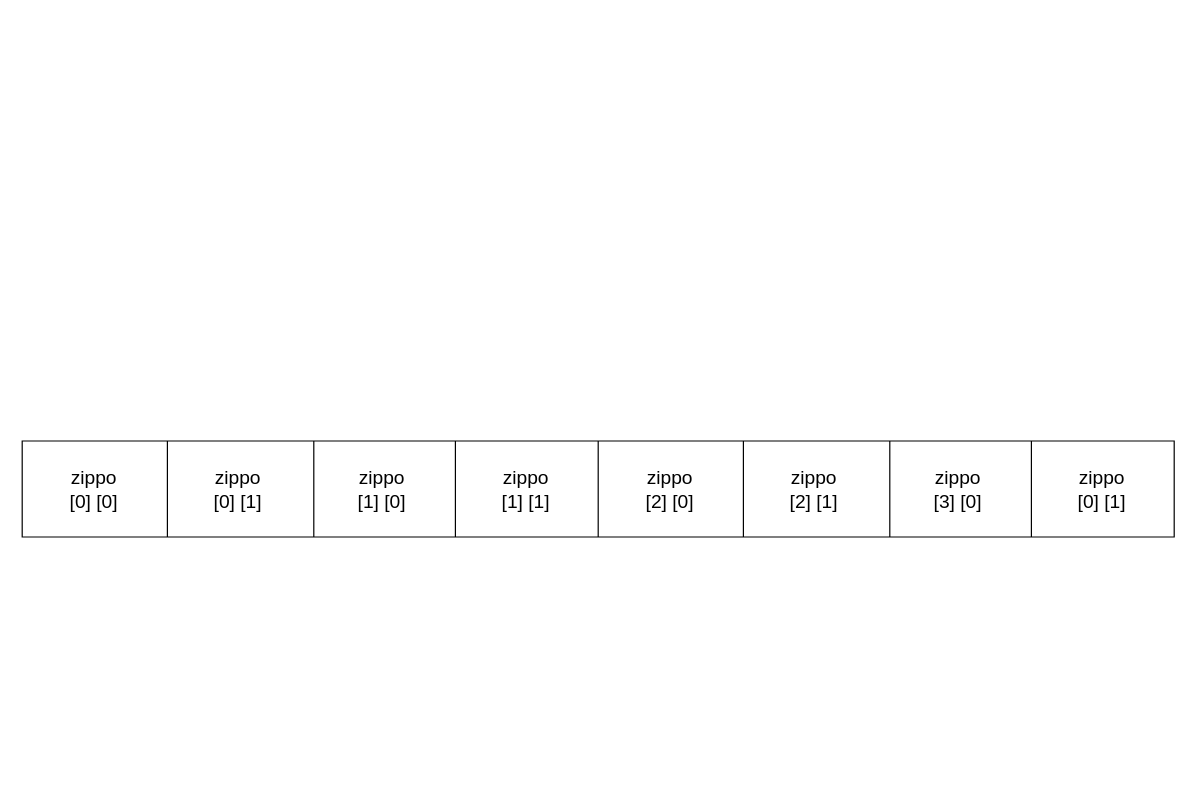
Earlier version of the draw.io diagram C&C++/数组的数组.drawio (Pineapple666/Draw). Source tidied: cells renumbered, new cells numbered last; positions are measured from the earlier drawing's top-left corner, leaving out a move shared by most shapes. Both pictures are drawn from the tidied source at 120%, with x=0, y=0 at pixel (22, 440).
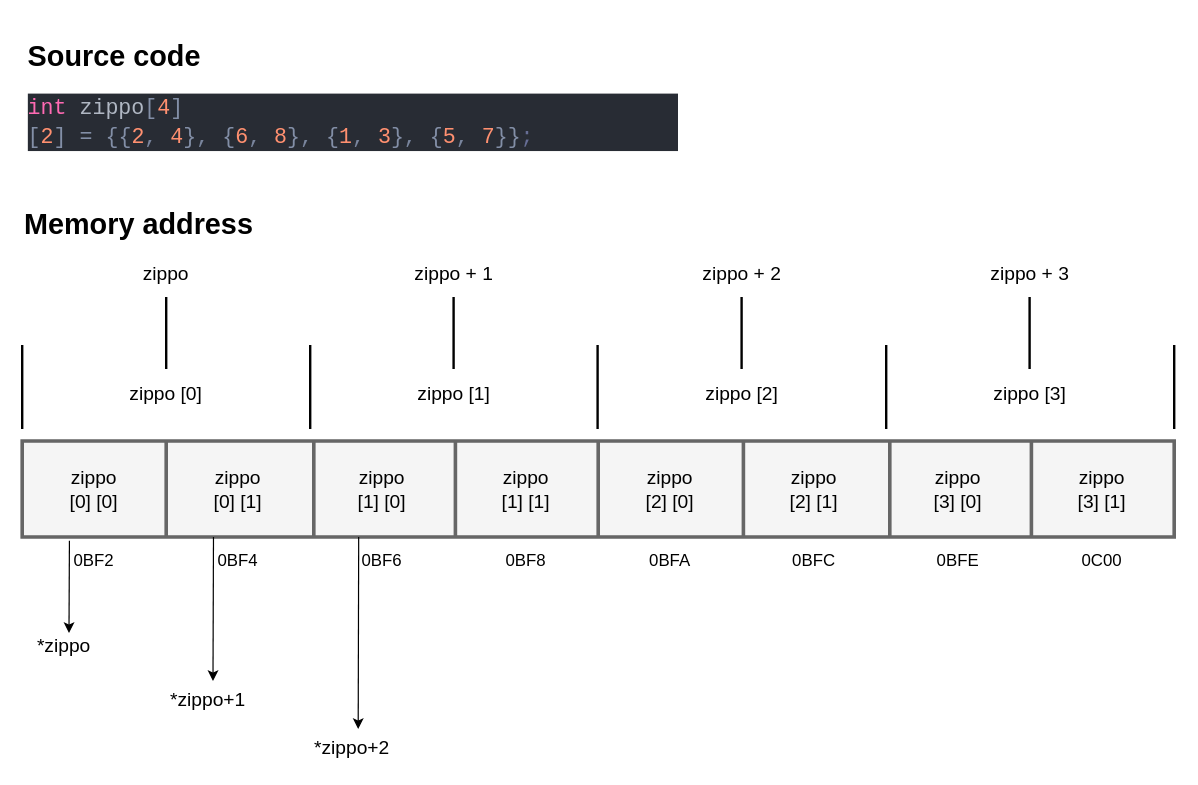
After the change.

Commit message (it also covers changes not shown here):
更新数组的数组.drawio

Unchanged cells that the change refers to:
```xml
<mxCell id="3" style="shape=partialRectangle;html=1;whiteSpace=wrap;fillColor=none;top=0;left=0;bottom=0;right=0;points=[[0,0.5],[1,0.5]];portConstraint=eastwest;" parent="2" vertex="1">
  <mxGeometry width="960" height="80" as="geometry" />
</mxCell>
```

The edit, as a diff of the source:
```diff
@@
-    <mxCell id="2" style="shape=table;html=1;whiteSpace=wrap;startSize=0;childLayout=tableLayout;" parent="1" vertex="1">
+    <mxCell id="2" style="shape=table;html=1;whiteSpace=wrap;startSize=0;childLayout=tableLayout;strokeWidth=3;fillColor=#f5f5f5;strokeColor=#666666;fontColor=#333333;" parent="1" vertex="1">
       <mxGeometry width="960" height="80" as="geometry" />
     </mxCell>
@@
     <mxCell id="4" style="shape=partialRectangle;html=1;whiteSpace=wrap;overflow=hidden;fillColor=none;top=0;left=0;bottom=0;right=0;" parent="3" vertex="1">
-      <mxGeometry width="121" height="80" as="geometry" />
+      <mxGeometry width="120" height="80" as="geometry" />
     </mxCell>
     <mxCell id="5" style="shape=partialRectangle;html=1;whiteSpace=wrap;overflow=hidden;fillColor=none;top=0;left=0;bottom=0;right=0;" parent="3" vertex="1">
-      <mxGeometry x="121" width="122" height="80" as="geometry" />
+      <mxGeometry x="120" width="123" height="80" as="geometry" />
     </mxCell>
@@
-    <mxCell id="17" value="&lt;font style=&quot;font-size: 16px&quot;&gt;zippo&lt;br&gt;[0] [1]&lt;/font&gt;" style="text;html=1;strokeColor=none;fillColor=none;align=center;verticalAlign=middle;whiteSpace=wrap;rounded=0;" parent="1" vertex="1">
+    <mxCell id="17" value="&lt;font style=&quot;font-size: 16px&quot;&gt;zippo&lt;br&gt;[3] [1]&lt;/font&gt;" style="text;html=1;strokeColor=none;fillColor=none;align=center;verticalAlign=middle;whiteSpace=wrap;rounded=0;" parent="1" vertex="1">
       <mxGeometry x="860" y="20" width="80" height="40" as="geometry" />
     </mxCell>
@@
+    <mxCell id="20" value="&lt;font style=&quot;font-size: 16px&quot;&gt;*zippo&lt;/font&gt;" style="text;html=1;strokeColor=none;fillColor=none;align=center;verticalAlign=middle;whiteSpace=wrap;rounded=0;" parent="1" vertex="1">
+      <mxGeometry x="10" y="160" width="50" height="20" as="geometry" />
+    </mxCell>
+    <mxCell id="21" style="endArrow=classic;html=1;exitX=0.041;exitY=1.038;exitDx=0;exitDy=0;exitPerimeter=0;" parent="1" edge="1" source="3">
+      <mxGeometry relative="1" as="geometry">
+        <mxPoint x="39" y="160" as="targetPoint" />
+      </mxGeometry>
+    </mxCell>
+    <mxCell id="22" value="&lt;font style=&quot;font-size: 14px&quot;&gt;0BF2&lt;/font&gt;" style="text;html=1;strokeColor=none;fillColor=none;align=center;verticalAlign=middle;whiteSpace=wrap;rounded=0;" parent="1" vertex="1">
+      <mxGeometry x="40" y="90" width="40" height="20" as="geometry" />
+    </mxCell>
+    <mxCell id="23" value="&lt;font style=&quot;font-size: 14px&quot;&gt;0BF4&lt;/font&gt;" style="text;html=1;strokeColor=none;fillColor=none;align=center;verticalAlign=middle;whiteSpace=wrap;rounded=0;" parent="1" vertex="1">
+      <mxGeometry x="160" y="90" width="40" height="20" as="geometry" />
+    </mxCell>
+    <mxCell id="24" value="&lt;font style=&quot;font-size: 14px&quot;&gt;0BF6&lt;/font&gt;" style="text;html=1;strokeColor=none;fillColor=none;align=center;verticalAlign=middle;whiteSpace=wrap;rounded=0;" parent="1" vertex="1">
+      <mxGeometry x="280" y="90" width="40" height="20" as="geometry" />
+    </mxCell>
+    <mxCell id="25" value="&lt;font style=&quot;font-size: 14px&quot;&gt;0BF8&lt;/font&gt;" style="text;html=1;strokeColor=none;fillColor=none;align=center;verticalAlign=middle;whiteSpace=wrap;rounded=0;" parent="1" vertex="1">
+      <mxGeometry x="400" y="90" width="40" height="20" as="geometry" />
+    </mxCell>
+    <mxCell id="26" value="&lt;font style=&quot;font-size: 14px&quot;&gt;0BFA&lt;/font&gt;" style="text;html=1;strokeColor=none;fillColor=none;align=center;verticalAlign=middle;whiteSpace=wrap;rounded=0;" parent="1" vertex="1">
+      <mxGeometry x="520" y="90" width="40" height="20" as="geometry" />
+    </mxCell>
+    <mxCell id="27" value="&lt;font style=&quot;font-size: 14px&quot;&gt;0BFC&lt;/font&gt;" style="text;html=1;strokeColor=none;fillColor=none;align=center;verticalAlign=middle;whiteSpace=wrap;rounded=0;" parent="1" vertex="1">
+      <mxGeometry x="640" y="90" width="40" height="20" as="geometry" />
+    </mxCell>
+    <mxCell id="28" value="&lt;font style=&quot;font-size: 14px&quot;&gt;0BFE&lt;/font&gt;" style="text;html=1;strokeColor=none;fillColor=none;align=center;verticalAlign=middle;whiteSpace=wrap;rounded=0;" parent="1" vertex="1">
+      <mxGeometry x="760" y="90" width="40" height="20" as="geometry" />
+    </mxCell>
+    <mxCell id="29" value="&lt;font style=&quot;font-size: 14px&quot;&gt;0C00&lt;/font&gt;" style="text;html=1;strokeColor=none;fillColor=none;align=center;verticalAlign=middle;whiteSpace=wrap;rounded=0;" parent="1" vertex="1">
+      <mxGeometry x="880" y="90" width="40" height="20" as="geometry" />
+    </mxCell>
+    <mxCell id="30" style="endArrow=classic;html=1;exitX=0.041;exitY=1.038;exitDx=0;exitDy=0;exitPerimeter=0;" parent="1" edge="1">
+      <mxGeometry relative="1" as="geometry">
+        <mxPoint x="159.4" y="80" as="sourcePoint" />
+        <mxPoint x="159" y="200" as="targetPoint" />
+      </mxGeometry>
+    </mxCell>
+    <mxCell id="31" value="&lt;font style=&quot;font-size: 16px&quot;&gt;*zippo+1&lt;/font&gt;" style="text;html=1;strokeColor=none;fillColor=none;align=center;verticalAlign=middle;whiteSpace=wrap;rounded=0;" parent="1" vertex="1">
+      <mxGeometry x="120" y="200" width="70" height="30" as="geometry" />
+    </mxCell>
+    <mxCell id="32" style="endArrow=classic;html=1;exitX=0.041;exitY=1.038;exitDx=0;exitDy=0;exitPerimeter=0;" parent="1" edge="1">
+      <mxGeometry relative="1" as="geometry">
+        <mxPoint x="280.4" y="80" as="sourcePoint" />
+        <mxPoint x="280" y="240" as="targetPoint" />
+      </mxGeometry>
+    </mxCell>
+    <mxCell id="33" value="&lt;font style=&quot;font-size: 16px&quot;&gt;*zippo+2&lt;/font&gt;" style="text;html=1;strokeColor=none;fillColor=none;align=center;verticalAlign=middle;whiteSpace=wrap;rounded=0;" parent="1" vertex="1">
+      <mxGeometry x="240" y="240" width="70" height="30" as="geometry" />
+    </mxCell>
+    <mxCell id="34" style="endArrow=none;html=1;strokeWidth=2;" parent="1" edge="1">
+      <mxGeometry relative="1" as="geometry">
+        <mxPoint y="-10" as="sourcePoint" />
+        <mxPoint y="-80" as="targetPoint" />
+      </mxGeometry>
+    </mxCell>
+    <mxCell id="35" style="endArrow=none;html=1;strokeWidth=2;" parent="1" edge="1">
+      <mxGeometry relative="1" as="geometry">
+        <mxPoint x="479.5" y="-10" as="sourcePoint" />
+        <mxPoint x="479.5" y="-80" as="targetPoint" />
+      </mxGeometry>
+    </mxCell>
+    <mxCell id="36" style="endArrow=none;html=1;strokeWidth=2;" parent="1" edge="1">
+      <mxGeometry relative="1" as="geometry">
+        <mxPoint x="240" y="-10" as="sourcePoint" />
+        <mxPoint x="240" y="-80" as="targetPoint" />
+      </mxGeometry>
+    </mxCell>
+    <mxCell id="37" style="endArrow=none;html=1;strokeWidth=2;" parent="1" edge="1">
+      <mxGeometry relative="1" as="geometry">
+        <mxPoint x="720" y="-10" as="sourcePoint" />
+        <mxPoint x="720" y="-80" as="targetPoint" />
+      </mxGeometry>
+    </mxCell>
+    <mxCell id="38" style="endArrow=none;html=1;strokeWidth=2;" parent="1" edge="1">
+      <mxGeometry relative="1" as="geometry">
+        <mxPoint x="960" y="-10" as="sourcePoint" />
+        <mxPoint x="960" y="-80" as="targetPoint" />
+      </mxGeometry>
+    </mxCell>
+    <mxCell id="39" value="&lt;font style=&quot;font-size: 16px&quot;&gt;zippo [0]&lt;/font&gt;" style="text;html=1;strokeColor=none;fillColor=none;align=center;verticalAlign=middle;whiteSpace=wrap;rounded=0;" parent="1" vertex="1">
+      <mxGeometry x="80" y="-60" width="80" height="40" as="geometry" />
+    </mxCell>
+    <mxCell id="40" value="&lt;font style=&quot;font-size: 16px&quot;&gt;zippo [3]&lt;/font&gt;" style="text;html=1;strokeColor=none;fillColor=none;align=center;verticalAlign=middle;whiteSpace=wrap;rounded=0;" parent="1" vertex="1">
+      <mxGeometry x="800" y="-60" width="80" height="40" as="geometry" />
+    </mxCell>
+    <mxCell id="41" value="&lt;font style=&quot;font-size: 16px&quot;&gt;zippo [2]&lt;/font&gt;" style="text;html=1;strokeColor=none;fillColor=none;align=center;verticalAlign=middle;whiteSpace=wrap;rounded=0;" parent="1" vertex="1">
+      <mxGeometry x="560" y="-60" width="80" height="40" as="geometry" />
+    </mxCell>
+    <mxCell id="42" value="&lt;font style=&quot;font-size: 16px&quot;&gt;zippo [1]&lt;/font&gt;" style="text;html=1;strokeColor=none;fillColor=none;align=center;verticalAlign=middle;whiteSpace=wrap;rounded=0;" parent="1" vertex="1">
+      <mxGeometry x="320" y="-60" width="80" height="40" as="geometry" />
+    </mxCell>
+    <mxCell id="43" style="endArrow=none;html=1;strokeWidth=2;" parent="1" edge="1">
+      <mxGeometry relative="1" as="geometry">
+        <mxPoint x="120" y="-60" as="sourcePoint" />
+        <mxPoint x="120" y="-120" as="targetPoint" />
+      </mxGeometry>
+    </mxCell>
+    <mxCell id="44" style="endArrow=none;html=1;strokeWidth=2;" parent="1" edge="1">
+      <mxGeometry relative="1" as="geometry">
+        <mxPoint x="839.5" y="-60" as="sourcePoint" />
+        <mxPoint x="839.5" y="-120" as="targetPoint" />
+      </mxGeometry>
+    </mxCell>
+    <mxCell id="45" style="endArrow=none;html=1;strokeWidth=2;" parent="1" edge="1">
+      <mxGeometry relative="1" as="geometry">
+        <mxPoint x="599.5" y="-60" as="sourcePoint" />
+        <mxPoint x="599.5" y="-120" as="targetPoint" />
+      </mxGeometry>
+    </mxCell>
+    <mxCell id="46" style="endArrow=none;html=1;strokeWidth=2;" parent="1" edge="1">
+      <mxGeometry relative="1" as="geometry">
+        <mxPoint x="359.5" y="-60" as="sourcePoint" />
+        <mxPoint x="359.5" y="-120" as="targetPoint" />
+      </mxGeometry>
+    </mxCell>
+    <mxCell id="47" value="&lt;font style=&quot;font-size: 16px&quot;&gt;zippo&lt;/font&gt;" style="text;html=1;strokeColor=none;fillColor=none;align=center;verticalAlign=middle;whiteSpace=wrap;rounded=0;" parent="1" vertex="1">
+      <mxGeometry x="80" y="-160" width="80" height="40" as="geometry" />
+    </mxCell>
+    <mxCell id="48" value="&lt;font style=&quot;font-size: 16px&quot;&gt;zippo + 1&lt;/font&gt;" style="text;html=1;strokeColor=none;fillColor=none;align=center;verticalAlign=middle;whiteSpace=wrap;rounded=0;" parent="1" vertex="1">
+      <mxGeometry x="320" y="-160" width="80" height="40" as="geometry" />
+    </mxCell>
+    <mxCell id="49" value="&lt;font style=&quot;font-size: 16px&quot;&gt;zippo + 2&lt;/font&gt;" style="text;html=1;strokeColor=none;fillColor=none;align=center;verticalAlign=middle;whiteSpace=wrap;rounded=0;" parent="1" vertex="1">
+      <mxGeometry x="560" y="-160" width="80" height="40" as="geometry" />
+    </mxCell>
+    <mxCell id="50" value="&lt;font style=&quot;font-size: 16px&quot;&gt;zippo + 3&lt;/font&gt;" style="text;html=1;strokeColor=none;fillColor=none;align=center;verticalAlign=middle;whiteSpace=wrap;rounded=0;" parent="1" vertex="1">
+      <mxGeometry x="800" y="-160" width="80" height="40" as="geometry" />
+    </mxCell>
+    <mxCell id="51" value="&lt;h1&gt;Source code&lt;/h1&gt;&lt;div&gt;&lt;div style=&quot;color: rgb(157 , 165 , 179) ; background-color: rgb(40 , 44 , 52) ; font-family: &amp;#34;consolas&amp;#34; , &amp;#34;courier new&amp;#34; , monospace ; font-size: 18px ; line-height: 24px&quot;&gt;&lt;span style=&quot;color: #ff6ab3&quot;&gt;int&lt;/span&gt;&lt;span style=&quot;color: #b0b7c3&quot;&gt;&amp;nbsp;&lt;/span&gt;&lt;span style=&quot;color: #b0b7c3&quot;&gt;zippo&lt;/span&gt;&lt;span style=&quot;color: #838fa7&quot;&gt;[&lt;/span&gt;&lt;span style=&quot;color: #ff9070&quot;&gt;4&lt;/span&gt;&lt;span style=&quot;color: #838fa7&quot;&gt;][&lt;/span&gt;&lt;span style=&quot;color: #ff9070&quot;&gt;2&lt;/span&gt;&lt;span style=&quot;color: #838fa7&quot;&gt;]&lt;/span&gt;&lt;span style=&quot;color: #b0b7c3&quot;&gt;&amp;nbsp;&lt;/span&gt;&lt;span style=&quot;color: #838fa7&quot;&gt;=&lt;/span&gt;&lt;span style=&quot;color: #b0b7c3&quot;&gt;&amp;nbsp;&lt;/span&gt;&lt;span style=&quot;color: #838fa7&quot;&gt;{{&lt;/span&gt;&lt;span style=&quot;color: #ff9070&quot;&gt;2&lt;/span&gt;&lt;span style=&quot;color: #79859d&quot;&gt;,&lt;/span&gt;&lt;span style=&quot;color: #b0b7c3&quot;&gt;&amp;nbsp;&lt;/span&gt;&lt;span style=&quot;color: #ff9070&quot;&gt;4&lt;/span&gt;&lt;span style=&quot;color: #838fa7&quot;&gt;}&lt;/span&gt;&lt;span style=&quot;color: #79859d&quot;&gt;,&lt;/span&gt;&lt;span style=&quot;color: #b0b7c3&quot;&gt;&amp;nbsp;&lt;/span&gt;&lt;span style=&quot;color: #838fa7&quot;&gt;{&lt;/span&gt;&lt;span style=&quot;color: #ff9070&quot;&gt;6&lt;/span&gt;&lt;span style=&quot;color: #79859d&quot;&gt;,&lt;/span&gt;&lt;span style=&quot;color: #b0b7c3&quot;&gt;&amp;nbsp;&lt;/span&gt;&lt;span style=&quot;color: #ff9070&quot;&gt;8&lt;/span&gt;&lt;span style=&quot;color: #838fa7&quot;&gt;}&lt;/span&gt;&lt;span style=&quot;color: #79859d&quot;&gt;,&lt;/span&gt;&lt;span style=&quot;color: #b0b7c3&quot;&gt;&amp;nbsp;&lt;/span&gt;&lt;span style=&quot;color: #838fa7&quot;&gt;{&lt;/span&gt;&lt;span style=&quot;color: #ff9070&quot;&gt;1&lt;/span&gt;&lt;span style=&quot;color: #79859d&quot;&gt;,&lt;/span&gt;&lt;span style=&quot;color: #b0b7c3&quot;&gt;&amp;nbsp;&lt;/span&gt;&lt;span style=&quot;color: #ff9070&quot;&gt;3&lt;/span&gt;&lt;span style=&quot;color: #838fa7&quot;&gt;}&lt;/span&gt;&lt;span style=&quot;color: #79859d&quot;&gt;,&lt;/span&gt;&lt;span style=&quot;color: #b0b7c3&quot;&gt;&amp;nbsp;&lt;/span&gt;&lt;span style=&quot;color: #838fa7&quot;&gt;{&lt;/span&gt;&lt;span style=&quot;color: #ff9070&quot;&gt;5&lt;/span&gt;&lt;span style=&quot;color: #79859d&quot;&gt;,&lt;/span&gt;&lt;span style=&quot;color: #b0b7c3&quot;&gt;&amp;nbsp;&lt;/span&gt;&lt;span style=&quot;color: #ff9070&quot;&gt;7&lt;/span&gt;&lt;span style=&quot;color: #838fa7&quot;&gt;}}&lt;/span&gt;&lt;span style=&quot;color: #676e95&quot;&gt;;&lt;/span&gt;&lt;/div&gt;&lt;/div&gt;" style="text;html=1;strokeColor=none;fillColor=none;spacing=5;spacingTop=-20;whiteSpace=wrap;overflow=hidden;rounded=0;" parent="1" vertex="1">
+      <mxGeometry y="-340" width="550" height="100" as="geometry" />
+    </mxCell>
+    <mxCell id="52" value="&lt;font style=&quot;font-size: 24px&quot;&gt;&lt;b&gt;Memory address&lt;/b&gt;&lt;/font&gt;" style="text;html=1;strokeColor=none;fillColor=none;align=left;verticalAlign=middle;whiteSpace=wrap;rounded=0;" parent="1" vertex="1">
+      <mxGeometry y="-200" width="200" height="40" as="geometry" />
+    </mxCell>
```
